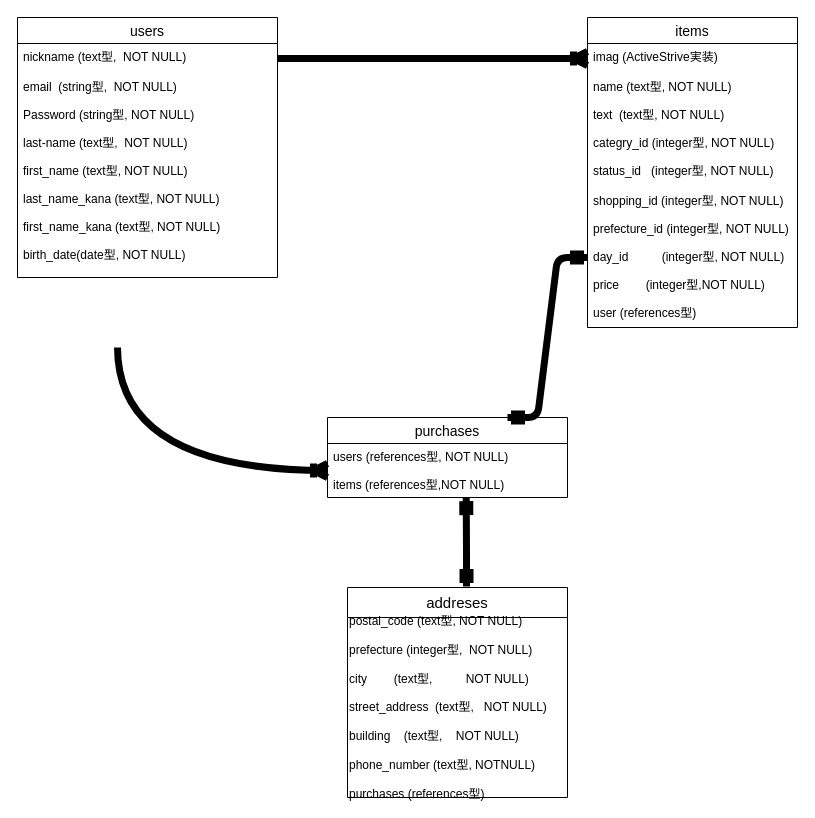
Earlier version of the draw.io diagram .dio (iwaikousuke/furima-30426). Source tidied: cells renumbered, new cells numbered last; positions are measured from the earlier drawing's top-left corner, leaving out a move shared by most shapes. Both pictures are drawn from the tidied source at 100%, with x=0, y=0 at pixel (17, 17).
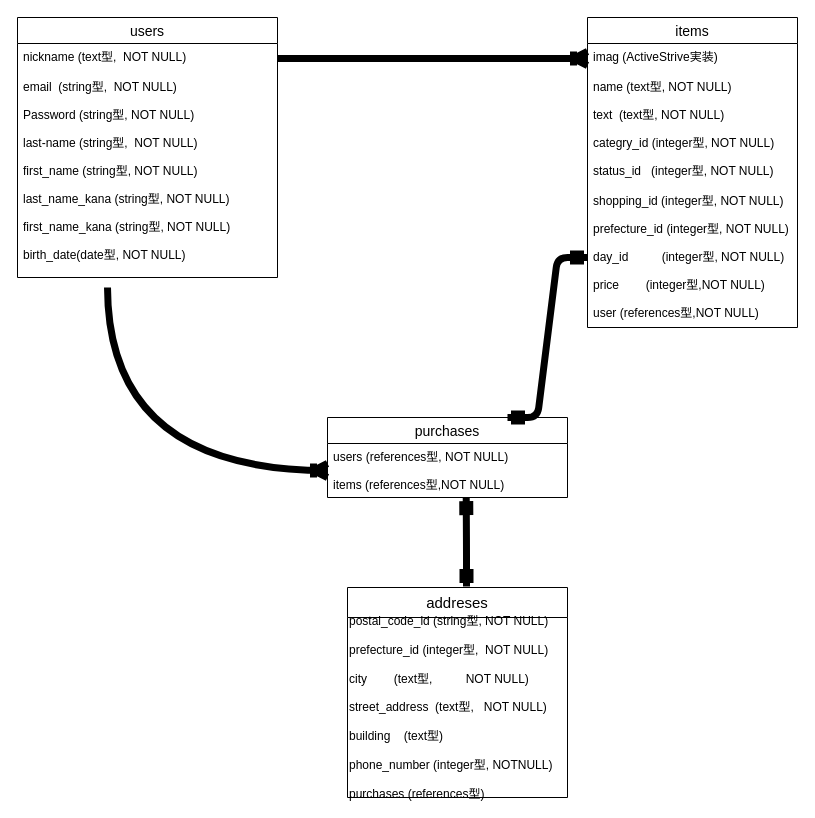
The same page after the edit.

Unchanged cells that the change refers to:
```xml
<mxCell id="2" value="users" style="swimlane;fontStyle=0;horizontal=1;startSize=26;align=center;fontSize=14;rounded=0;" parent="1" vertex="1">
  <mxGeometry width="260" height="260" as="geometry" />
</mxCell>
<mxCell id="7" value="items" style="swimlane;fontStyle=0;horizontal=1;startSize=26;align=center;fontSize=14;rounded=0;" parent="1" vertex="1">
  <mxGeometry x="570" width="210" height="310" as="geometry" />
</mxCell>
<mxCell id="13" value="users (references型, NOT NULL)&#10;&#10;items (references型,NOT NULL)&#10;" style="text;strokeColor=none;fillColor=none;spacingLeft=4;spacingRight=4;overflow=hidden;points=[[0,0.5],[1,0.5]];portConstraint=eastwest;fontSize=12;" parent="12" vertex="1">
  <mxGeometry y="26" width="240" height="54" as="geometry" />
</mxCell>
<mxCell id="17" value="addreses" style="swimlane;fontStyle=0;horizontal=1;startSize=30;align=center;fontSize=15;rounded=0;spacingTop=-2;rotation=0;" parent="1" vertex="1">
  <mxGeometry x="330" y="570" width="220" height="210" as="geometry" />
</mxCell>
```

The edit, as a diff of the source:
```diff
@@
-    <mxCell id="4" value="email  (string型,  NOT NULL)&#10;&#10;Password (string型, NOT NULL)&#10;&#10;last-name (text型,  NOT NULL)&#10;&#10;first_name (text型, NOT NULL)&#10;&#10;last_name_kana (text型, NOT NULL)&#10;&#10;first_name_kana (text型, NOT NULL)&#10;&#10;birth_date(date型, NOT NULL)&#10;" style="text;strokeColor=none;fillColor=none;spacingLeft=4;spacingRight=4;overflow=hidden;points=[[0,0.5],[1,0.5]];portConstraint=eastwest;fontSize=12;" parent="2" vertex="1">
+    <mxCell id="4" value="email  (string型,  NOT NULL)&#10;&#10;Password (string型, NOT NULL)&#10;&#10;last-name (string型,  NOT NULL)&#10;&#10;first_name (string型, NOT NULL)&#10;&#10;last_name_kana (string型, NOT NULL)&#10;&#10;first_name_kana (string型, NOT NULL)&#10;&#10;birth_date(date型, NOT NULL)&#10;" style="text;strokeColor=none;fillColor=none;spacingLeft=4;spacingRight=4;overflow=hidden;points=[[0,0.5],[1,0.5]];portConstraint=eastwest;fontSize=12;" parent="2" vertex="1">
       <mxGeometry y="56" width="260" height="204" as="geometry" />
     </mxCell>
@@
-    <mxCell id="10" value="shopping_id (integer型, NOT NULL)&#10;&#10;prefecture_id (integer型, NOT NULL)&#10;&#10;day_id          (integer型, NOT NULL)&#10;&#10;price        (integer型,NOT NULL)&#10;&#10;user (references型)&#10;" style="text;strokeColor=none;fillColor=none;spacingLeft=4;spacingRight=4;overflow=hidden;points=[[0,0.5],[1,0.5]];portConstraint=eastwest;fontSize=12;" parent="7" vertex="1">
+    <mxCell id="10" value="shopping_id (integer型, NOT NULL)&#10;&#10;prefecture_id (integer型, NOT NULL)&#10;&#10;day_id          (integer型, NOT NULL)&#10;&#10;price        (integer型,NOT NULL)&#10;&#10;user (references型,NOT NULL)&#10;" style="text;strokeColor=none;fillColor=none;spacingLeft=4;spacingRight=4;overflow=hidden;points=[[0,0.5],[1,0.5]];portConstraint=eastwest;fontSize=12;" parent="7" vertex="1">
       <mxGeometry y="170" width="210" height="140" as="geometry" />
     </mxCell>
@@
     <mxCell id="15" style="edgeStyle=orthogonalEdgeStyle;fontSize=12;html=1;endArrow=ERoneToMany;strokeWidth=7;elbow=vertical;curved=1;entryX=0;entryY=0.5;entryDx=0;entryDy=0;" parent="1" edge="1" target="13">
       <mxGeometry relative="1" as="geometry">
-        <mxPoint x="100" y="330" as="sourcePoint" />
+        <mxPoint x="90" y="270" as="sourcePoint" />
       </mxGeometry>
     </mxCell>
@@
-    <mxCell id="18" value="postal_code (text型, NOT NULL)&lt;br&gt;&lt;br&gt;prefecture (integer型,&amp;nbsp; NOT NULL)&lt;br&gt;&lt;br&gt;city&amp;nbsp; &amp;nbsp; &amp;nbsp; &amp;nbsp; (text型,&amp;nbsp; &amp;nbsp; &amp;nbsp; &amp;nbsp; &amp;nbsp; NOT NULL)&lt;br&gt;&lt;br&gt;street_address&amp;nbsp; (text型,&amp;nbsp; &amp;nbsp;NOT NULL)&lt;br&gt;&lt;br&gt;building&amp;nbsp; &amp;nbsp; (text型,&amp;nbsp; &amp;nbsp; NOT NULL)&lt;br&gt;&lt;br&gt;phone_number (text型, NOTNULL)&lt;br&gt;&lt;br&gt;purchases (references型)&lt;br&gt;" style="text;html=1;align=left;verticalAlign=middle;" parent="17" vertex="1">
+    <mxCell id="18" value="postal_code_id (string型, NOT NULL)&lt;br&gt;&lt;br&gt;prefecture_id (integer型,&amp;nbsp; NOT NULL)&lt;br&gt;&lt;br&gt;city&amp;nbsp; &amp;nbsp; &amp;nbsp; &amp;nbsp; (text型,&amp;nbsp; &amp;nbsp; &amp;nbsp; &amp;nbsp; &amp;nbsp; NOT NULL)&lt;br&gt;&lt;br&gt;street_address&amp;nbsp; (text型,&amp;nbsp; &amp;nbsp;NOT NULL)&lt;br&gt;&lt;br&gt;building&amp;nbsp; &amp;nbsp; (text型)&lt;br&gt;&lt;br&gt;phone_number (integer型, NOTNULL)&lt;br&gt;&lt;br&gt;purchases (references型)" style="text;html=1;align=left;verticalAlign=middle;" parent="17" vertex="1">
       <mxGeometry y="30" width="220" height="180" as="geometry" />
     </mxCell>
```
